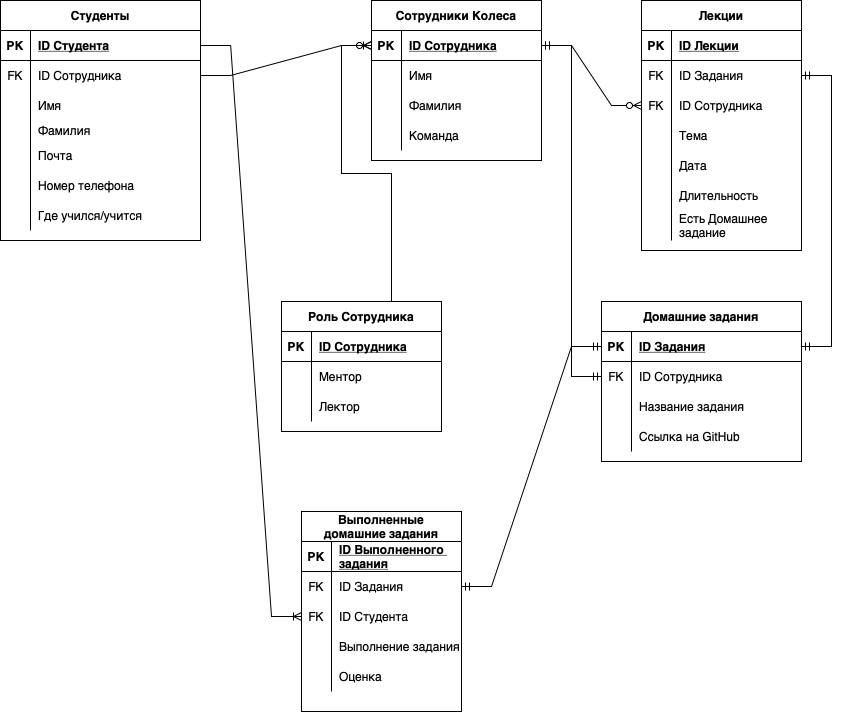
This is part2/KolesaUPgrade.drawio.png from Kolesa-Education/kolesa-upgrade-homework-4, a draw.io export, as it was before one commit. Source tidied: cells renumbered, new cells last; positions are measured from the earlier drawing's top-left corner, leaving out a move shared by most shapes.
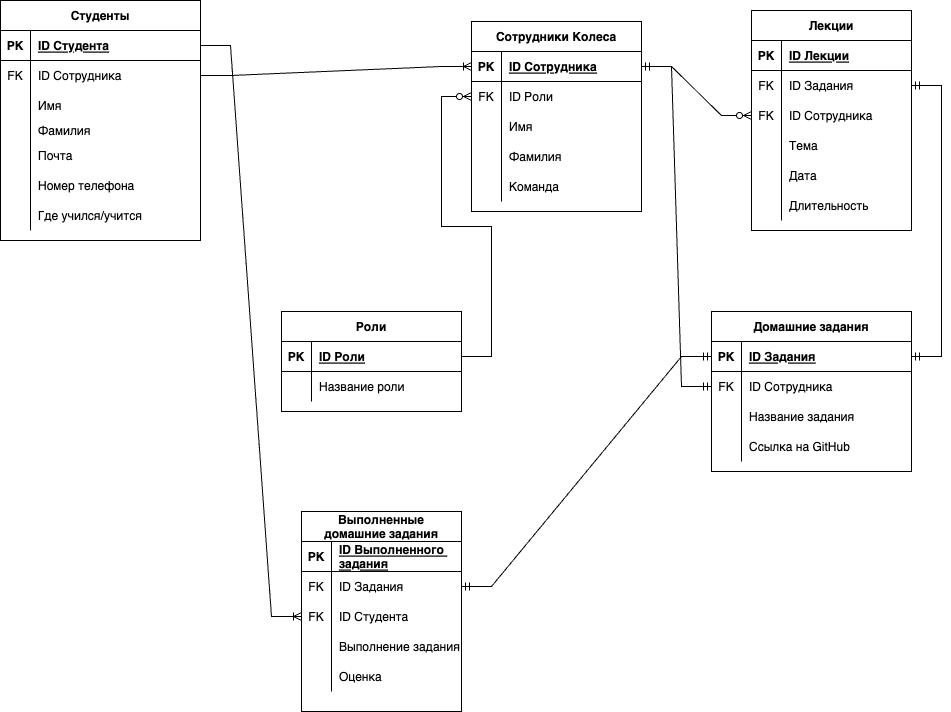
After the change.

Commit message:
Правки по замечаниям

What changed in the source:
```diff
@@ -69,7 +69,7 @@
       <mxGeometry x="30" width="170" height="30" as="geometry" />
     </mxCell>
     <mxCell id="24" value="Сотрудники Колеса" style="shape=table;startSize=30;rowLines=0;fontStyle=1;align=center;" parent="1" vertex="1">
-      <mxGeometry x="371" width="170" height="160" as="geometry" />
+      <mxGeometry x="471" y="21" width="170" height="190" as="geometry" />
     </mxCell>
     <mxCell id="25" style="shape=tableRow;horizontal=0;startSize=0;swimlaneHead=0;swimlaneBody=0;fillColor=none;points=[[0,0.5],[1,0.5]];portConstraint=eastwest;top=0;left=0;right=0;bottom=1;" parent="24" vertex="1">
       <mxGeometry y="30" width="170" height="30" as="geometry" />
@@ -80,8 +80,17 @@
     <mxCell id="27" value="ID Сотрудника" style="shape=partialRectangle;fillColor=none;top=0;left=0;bottom=0;right=0;align=left;spacingLeft=6;fontStyle=5;overflow=hidden;" parent="25" vertex="1">
       <mxGeometry x="30" width="140" height="30" as="geometry" />
     </mxCell>
+    <mxCell id="105" style="shape=tableRow;horizontal=0;startSize=0;swimlaneHead=0;swimlaneBody=0;fillColor=none;points=[[0,0.5],[1,0.5]];portConstraint=eastwest;top=0;left=0;right=0;bottom=0;" parent="24" vertex="1">
+      <mxGeometry y="60" width="170" height="30" as="geometry" />
+    </mxCell>
+    <mxCell id="106" value="FK" style="shape=partialRectangle;fillColor=none;top=0;left=0;bottom=0;right=0;fontStyle=0;overflow=hidden;" parent="105" vertex="1">
+      <mxGeometry width="30" height="30" as="geometry" />
+    </mxCell>
+    <mxCell id="107" value="ID Роли" style="shape=partialRectangle;fillColor=none;top=0;left=0;bottom=0;right=0;align=left;spacingLeft=6;fontStyle=0;overflow=hidden;" parent="105" vertex="1">
+      <mxGeometry x="30" width="140" height="30" as="geometry" />
+    </mxCell>
     <mxCell id="28" style="shape=tableRow;horizontal=0;startSize=0;swimlaneHead=0;swimlaneBody=0;fillColor=none;top=0;left=0;right=0;bottom=0;" parent="24" vertex="1">
-      <mxGeometry y="60" width="170" height="30" as="geometry" />
+      <mxGeometry y="90" width="170" height="30" as="geometry" />
     </mxCell>
     <mxCell id="29" style="shape=partialRectangle;fillColor=none;top=0;left=0;bottom=0;right=0;overflow=hidden;" parent="28" vertex="1">
       <mxGeometry width="30" height="30" as="geometry" />
@@ -90,7 +99,7 @@
       <mxGeometry x="30" width="140" height="30" as="geometry" />
     </mxCell>
     <mxCell id="31" style="shape=tableRow;horizontal=0;startSize=0;swimlaneHead=0;swimlaneBody=0;fillColor=none;top=0;left=0;right=0;bottom=0;" parent="24" vertex="1">
-      <mxGeometry y="90" width="170" height="30" as="geometry" />
+      <mxGeometry y="120" width="170" height="30" as="geometry" />
     </mxCell>
     <mxCell id="32" style="shape=partialRectangle;fillColor=none;top=0;left=0;bottom=0;right=0;overflow=hidden;" parent="31" vertex="1">
       <mxGeometry width="30" height="30" as="geometry" />
@@ -99,7 +108,7 @@
       <mxGeometry x="30" width="140" height="30" as="geometry" />
     </mxCell>
     <mxCell id="34" style="shape=tableRow;horizontal=0;startSize=0;swimlaneHead=0;swimlaneBody=0;fillColor=none;top=0;left=0;right=0;bottom=0;" parent="24" vertex="1">
-      <mxGeometry y="120" width="170" height="30" as="geometry" />
+      <mxGeometry y="150" width="170" height="30" as="geometry" />
     </mxCell>
     <mxCell id="35" style="shape=partialRectangle;fillColor=none;top=0;left=0;bottom=0;right=0;overflow=hidden;" parent="34" vertex="1">
       <mxGeometry width="30" height="30" as="geometry" />
@@ -108,7 +117,7 @@
       <mxGeometry x="30" width="140" height="30" as="geometry" />
     </mxCell>
     <mxCell id="37" value="Лекции" style="shape=table;startSize=30;rowLines=0;fontStyle=1;align=center;" parent="1" vertex="1">
-      <mxGeometry x="641" width="160" height="250" as="geometry" />
+      <mxGeometry x="751" y="10" width="160" height="220" as="geometry" />
     </mxCell>
     <mxCell id="38" style="shape=tableRow;horizontal=0;startSize=0;swimlaneHead=0;swimlaneBody=0;fillColor=none;top=0;left=0;right=0;bottom=1;" parent="37" vertex="1">
       <mxGeometry y="30" width="160" height="30" as="geometry" />
@@ -164,17 +173,8 @@
     <mxCell id="55" value="Длительность" style="shape=partialRectangle;fillColor=none;top=0;left=0;bottom=0;right=0;align=left;spacingLeft=6;overflow=hidden;" parent="53" vertex="1">
       <mxGeometry x="30" width="130" height="30" as="geometry" />
     </mxCell>
-    <mxCell id="56" style="shape=tableRow;horizontal=0;startSize=0;swimlaneHead=0;swimlaneBody=0;fillColor=none;top=0;left=0;right=0;bottom=0;" parent="37" vertex="1">
-      <mxGeometry y="210" width="160" height="30" as="geometry" />
-    </mxCell>
-    <mxCell id="57" style="shape=partialRectangle;fillColor=none;top=0;left=0;bottom=0;right=0;overflow=hidden;" parent="56" vertex="1">
-      <mxGeometry width="30" height="30" as="geometry" />
-    </mxCell>
-    <mxCell id="58" value="Есть Домашнее &#10;задание" style="shape=partialRectangle;fillColor=none;top=0;left=0;bottom=0;right=0;align=left;spacingLeft=6;overflow=hidden;" parent="56" vertex="1">
-      <mxGeometry x="30" width="130" height="30" as="geometry" />
-    </mxCell>
     <mxCell id="59" value="Домашние задания" style="shape=table;startSize=30;rowLines=0;fontStyle=1;align=center;" parent="1" vertex="1">
-      <mxGeometry x="601" y="301" width="200" height="160" as="geometry" />
+      <mxGeometry x="711" y="311" width="200" height="160" as="geometry" />
     </mxCell>
     <mxCell id="60" style="shape=tableRow;horizontal=0;startSize=0;swimlaneHead=0;swimlaneBody=0;fillColor=none;points=[[0,0.5],[1,0.5]];portConstraint=eastwest;top=0;left=0;right=0;bottom=1;" parent="59" vertex="1">
       <mxGeometry y="30" width="200" height="30" as="geometry" />
@@ -212,39 +212,6 @@
     <mxCell id="71" value="Ссылка на GitHub" style="shape=partialRectangle;fillColor=none;top=0;left=0;bottom=0;right=0;align=left;spacingLeft=6;overflow=hidden;" parent="69" vertex="1">
       <mxGeometry x="30" width="170" height="30" as="geometry" />
     </mxCell>
-    <mxCell id="72" value="Роль Сотрудника" style="shape=table;startSize=30;rowLines=0;fontStyle=1;align=center;" parent="1" vertex="1">
-      <mxGeometry x="281" y="301" width="160" height="130" as="geometry" />
-    </mxCell>
-    <mxCell id="73" style="shape=tableRow;horizontal=0;startSize=0;swimlaneHead=0;swimlaneBody=0;fillColor=none;top=0;left=0;right=0;bottom=1;" parent="72" vertex="1">
-      <mxGeometry y="30" width="160" height="30" as="geometry" />
-    </mxCell>
-    <mxCell id="74" value="PK" style="shape=partialRectangle;fillColor=none;top=0;left=0;bottom=0;right=0;fontStyle=1;overflow=hidden;" parent="73" vertex="1">
-      <mxGeometry width="30" height="30" as="geometry" />
-    </mxCell>
-    <mxCell id="75" value="ID Сотрудника" style="shape=partialRectangle;fillColor=none;top=0;left=0;bottom=0;right=0;align=left;spacingLeft=6;fontStyle=5;overflow=hidden;" parent="73" vertex="1">
-      <mxGeometry x="30" width="130" height="30" as="geometry" />
-    </mxCell>
-    <mxCell id="76" style="shape=tableRow;horizontal=0;startSize=0;swimlaneHead=0;swimlaneBody=0;fillColor=none;top=0;left=0;right=0;bottom=0;" parent="72" vertex="1">
-      <mxGeometry y="60" width="160" height="30" as="geometry" />
-    </mxCell>
-    <mxCell id="77" style="shape=partialRectangle;fillColor=none;top=0;left=0;bottom=0;right=0;overflow=hidden;" parent="76" vertex="1">
-      <mxGeometry width="30" height="30" as="geometry" />
-    </mxCell>
-    <mxCell id="78" value="Ментор" style="shape=partialRectangle;fillColor=none;top=0;left=0;bottom=0;right=0;align=left;spacingLeft=6;overflow=hidden;" parent="76" vertex="1">
-      <mxGeometry x="30" width="130" height="30" as="geometry" />
-    </mxCell>
-    <mxCell id="79" style="shape=tableRow;horizontal=0;startSize=0;swimlaneHead=0;swimlaneBody=0;fillColor=none;top=0;left=0;right=0;bottom=0;" parent="72" vertex="1">
-      <mxGeometry y="90" width="160" height="30" as="geometry" />
-    </mxCell>
-    <mxCell id="80" style="shape=partialRectangle;fillColor=none;top=0;left=0;bottom=0;right=0;overflow=hidden;" parent="79" vertex="1">
-      <mxGeometry width="30" height="30" as="geometry" />
-    </mxCell>
-    <mxCell id="81" value="Лектор" style="shape=partialRectangle;fillColor=none;top=0;left=0;bottom=0;right=0;align=left;spacingLeft=6;overflow=hidden;" parent="79" vertex="1">
-      <mxGeometry x="30" width="130" height="30" as="geometry" />
-    </mxCell>
-    <mxCell id="82" style="edgeStyle=entityRelationEdgeStyle;fontSize=12;html=1;endArrow=ERzeroToMany;endFill=1;rounded=0;strokeColor=default;exitX=0.5;exitY=0;exitDx=0;exitDy=0;entryX=0;entryY=0.5;entryDx=0;entryDy=0;" parent="1" edge="1" source="72" target="25">
-      <mxGeometry relative="1" as="geometry" />
-    </mxCell>
     <mxCell id="83" value="Выполненные &#10;домашние задания" style="shape=table;startSize=30;rowLines=0;fontStyle=1;align=center;" parent="1" vertex="1">
       <mxGeometry x="301" y="511" width="160" height="200" as="geometry" />
     </mxCell>
@@ -311,5 +278,29 @@
     <mxCell id="104" style="edgeStyle=entityRelationEdgeStyle;fontSize=12;html=1;endArrow=ERmandOne;startArrow=ERmandOne;rounded=0;strokeColor=default;entryX=1;entryY=0.5;entryDx=0;entryDy=0;exitX=1;exitY=0.5;exitDx=0;exitDy=0;" parent="1" edge="1" source="41" target="60">
       <mxGeometry relative="1" as="geometry" />
     </mxCell>
+    <mxCell id="108" value="Роли" style="shape=table;startSize=30;rowLines=0;fontStyle=1;align=center;" parent="1" vertex="1">
+      <mxGeometry x="281" y="311" width="180" height="100" as="geometry" />
+    </mxCell>
+    <mxCell id="109" style="shape=tableRow;horizontal=0;startSize=0;swimlaneHead=0;swimlaneBody=0;fillColor=none;points=[[0,0.5],[1,0.5]];portConstraint=eastwest;top=0;left=0;right=0;bottom=1;" parent="108" vertex="1">
+      <mxGeometry y="30" width="180" height="30" as="geometry" />
+    </mxCell>
+    <mxCell id="74" value="PK" style="shape=partialRectangle;fillColor=none;top=0;left=0;bottom=0;right=0;fontStyle=1;overflow=hidden;" parent="109" vertex="1">
+      <mxGeometry width="30" height="30" as="geometry" />
+    </mxCell>
+    <mxCell id="110" value="ID Роли" style="shape=partialRectangle;fillColor=none;top=0;left=0;bottom=0;right=0;align=left;spacingLeft=6;fontStyle=5;overflow=hidden;" parent="109" vertex="1">
+      <mxGeometry x="30" width="150" height="30" as="geometry" />
+    </mxCell>
+    <mxCell id="111" style="shape=tableRow;horizontal=0;startSize=0;swimlaneHead=0;swimlaneBody=0;fillColor=none;top=0;left=0;right=0;bottom=0;" parent="108" vertex="1">
+      <mxGeometry y="60" width="180" height="30" as="geometry" />
+    </mxCell>
+    <mxCell id="112" style="shape=partialRectangle;fillColor=none;top=0;left=0;bottom=0;right=0;overflow=hidden;" parent="111" vertex="1">
+      <mxGeometry width="30" height="30" as="geometry" />
+    </mxCell>
+    <mxCell id="113" value="Название роли" style="shape=partialRectangle;fillColor=none;top=0;left=0;bottom=0;right=0;align=left;spacingLeft=6;overflow=hidden;" parent="111" vertex="1">
+      <mxGeometry x="30" width="150" height="30" as="geometry" />
+    </mxCell>
+    <mxCell id="114" style="edgeStyle=entityRelationEdgeStyle;fontSize=12;html=1;endArrow=ERzeroToMany;endFill=1;rounded=0;entryX=0;entryY=0.5;entryDx=0;entryDy=0;" parent="1" edge="1" source="109" target="105">
+      <mxGeometry relative="1" as="geometry" />
+    </mxCell>
   </root>
 </mxGraphModel>
```
